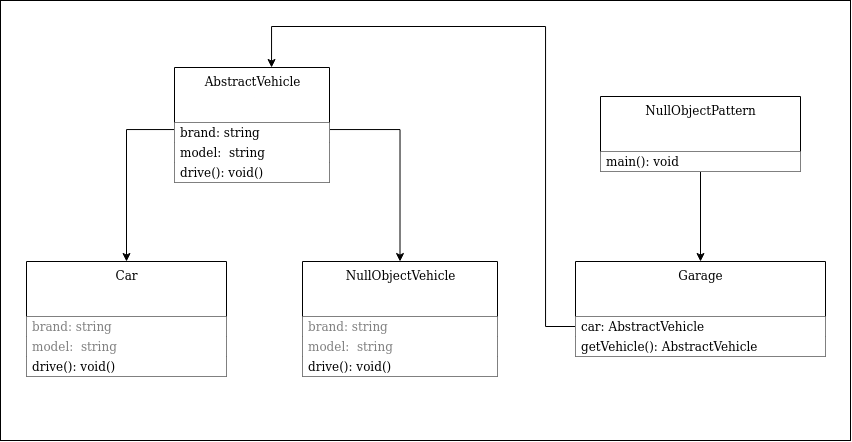
The draw.io diagram images/clean-code-error-handling/NullObjectPattern-1.1.png in GabrielSlima/blog, before a commit. Source tidied: cells renumbered, new cells last; positions are measured from the earlier drawing's top-left corner, leaving out a move shared by most shapes. The source it was exported from:
```xml
<mxGraphModel>
  <root>
    <mxCell id="0" />
    <mxCell id="1" parent="0" />
    <mxCell id="2" style="rounded=0;whiteSpace=wrap;html=1;fillColor=none;" parent="1" vertex="1">
      <mxGeometry width="850" height="440" as="geometry" />
    </mxCell>
    <mxCell id="3" style="edgeStyle=orthogonalEdgeStyle;rounded=0;jettySize=auto;html=1;fontColor=#808080;exitX=0;exitY=0.5;exitDx=0;exitDy=0;" parent="1" edge="1" source="5" target="20">
      <mxGeometry relative="1" as="geometry">
        <Array as="points">
          <mxPoint x="545" y="326" />
          <mxPoint x="545" y="26" />
          <mxPoint x="271" y="26" />
        </Array>
      </mxGeometry>
    </mxCell>
    <mxCell id="4" value="Garage" style="swimlane;fontStyle=0;align=center;verticalAlign=top;horizontal=1;startSize=55;html=1;" parent="1" vertex="1">
      <mxGeometry x="575" y="261" width="250" height="95" as="geometry" />
    </mxCell>
    <mxCell id="5" value="&lt;div&gt;car: AbstractVehicle&lt;br&gt;&lt;/div&gt;" style="text;html=1;strokeColor=none;align=left;verticalAlign=middle;spacingLeft=4;spacingRight=4;overflow=hidden;points=[[0,0.5],[1,0.5]];portConstraint=eastwest;fillColor=#ffffff;" parent="4" vertex="1">
      <mxGeometry y="55" width="250" height="20" as="geometry" />
    </mxCell>
    <mxCell id="6" value="&lt;div&gt;getVehicle(): AbstractVehicle&lt;/div&gt;" style="text;html=1;strokeColor=none;align=left;verticalAlign=middle;spacingLeft=4;spacingRight=4;overflow=hidden;fillColor=#ffffff;" parent="4" vertex="1">
      <mxGeometry y="75" width="250" height="20" as="geometry" />
    </mxCell>
    <mxCell id="7" value="NullObjectVehicle" style="swimlane;fontStyle=0;align=center;verticalAlign=top;horizontal=1;startSize=55;html=1;" parent="1" vertex="1">
      <mxGeometry x="302" y="261" width="195" height="115" as="geometry" />
    </mxCell>
    <mxCell id="8" value="brand: string" style="text;html=1;strokeColor=none;align=left;verticalAlign=middle;spacingLeft=4;spacingRight=4;overflow=hidden;fontColor=#808080;fillColor=#ffffff;" parent="7" vertex="1">
      <mxGeometry y="55" width="195" height="20" as="geometry" />
    </mxCell>
    <mxCell id="9" value="&lt;div&gt;model:&amp;nbsp; string&lt;/div&gt;" style="text;html=1;strokeColor=none;align=left;verticalAlign=middle;spacingLeft=4;spacingRight=4;overflow=hidden;fontColor=#808080;fillColor=#ffffff;" parent="7" vertex="1">
      <mxGeometry y="75" width="195" height="20" as="geometry" />
    </mxCell>
    <mxCell id="10" value="&lt;div&gt;drive(): void()&lt;/div&gt;" style="text;html=1;strokeColor=none;align=left;verticalAlign=middle;spacingLeft=4;spacingRight=4;overflow=hidden;fillColor=#ffffff;" parent="7" vertex="1">
      <mxGeometry y="95" width="195" height="20" as="geometry" />
    </mxCell>
    <mxCell id="11" value="Car" style="swimlane;fontStyle=0;align=center;verticalAlign=top;horizontal=1;startSize=55;html=1;" parent="1" vertex="1">
      <mxGeometry x="26" y="261" width="200" height="115" as="geometry" />
    </mxCell>
    <mxCell id="12" value="brand: string" style="text;html=1;strokeColor=none;align=left;verticalAlign=middle;spacingLeft=4;spacingRight=4;overflow=hidden;fontColor=#808080;fillColor=#ffffff;" parent="11" vertex="1">
      <mxGeometry y="55" width="200" height="20" as="geometry" />
    </mxCell>
    <mxCell id="13" value="&lt;div&gt;model:&amp;nbsp; string&lt;/div&gt;" style="text;html=1;strokeColor=none;align=left;verticalAlign=middle;spacingLeft=4;spacingRight=4;overflow=hidden;fontColor=#808080;fillColor=#ffffff;" parent="11" vertex="1">
      <mxGeometry y="75" width="200" height="20" as="geometry" />
    </mxCell>
    <mxCell id="14" value="&lt;div&gt;drive(): void()&lt;/div&gt;" style="text;html=1;align=left;verticalAlign=middle;spacingLeft=4;spacingRight=4;overflow=hidden;fillColor=#ffffff;shadow=0;sketch=0;" parent="11" vertex="1">
      <mxGeometry y="95" width="200" height="20" as="geometry" />
    </mxCell>
    <mxCell id="15" style="edgeStyle=orthogonalEdgeStyle;rounded=0;jettySize=auto;html=1;fontColor=#808080;" parent="1" edge="1" source="16" target="4">
      <mxGeometry relative="1" as="geometry" />
    </mxCell>
    <mxCell id="16" value="NullObjectPattern" style="swimlane;fontStyle=0;align=center;verticalAlign=top;horizontal=1;startSize=55;html=1;" parent="1" vertex="1">
      <mxGeometry x="600" y="96" width="200" height="75" as="geometry" />
    </mxCell>
    <mxCell id="17" value="&lt;div&gt;main(): void&lt;/div&gt;" style="text;html=1;strokeColor=none;align=left;verticalAlign=middle;spacingLeft=4;spacingRight=4;overflow=hidden;fillColor=#ffffff;" parent="16" vertex="1">
      <mxGeometry y="55" width="200" height="20" as="geometry" />
    </mxCell>
    <mxCell id="18" style="edgeStyle=orthogonalEdgeStyle;rounded=0;jettySize=auto;html=1;" parent="1" edge="1" source="20" target="11">
      <mxGeometry relative="1" as="geometry">
        <Array as="points">
          <mxPoint x="126" y="129" />
        </Array>
      </mxGeometry>
    </mxCell>
    <mxCell id="19" style="edgeStyle=orthogonalEdgeStyle;rounded=0;jettySize=auto;html=1;entryX=0.5;entryY=0;entryDx=0;entryDy=0;fontColor=#808080;" parent="1" edge="1" source="20" target="7">
      <mxGeometry relative="1" as="geometry">
        <Array as="points">
          <mxPoint x="400" y="129" />
        </Array>
      </mxGeometry>
    </mxCell>
    <mxCell id="20" value="AbstractVehicle" style="swimlane;fontStyle=0;align=center;verticalAlign=top;horizontal=1;startSize=55;html=1;swimlaneLine=1;" parent="1" vertex="1">
      <mxGeometry x="174" y="67" width="155" height="115" as="geometry" />
    </mxCell>
    <mxCell id="21" value="brand: string" style="text;html=1;align=left;verticalAlign=middle;spacingLeft=4;spacingRight=4;overflow=hidden;fillColor=#ffffff;" parent="20" vertex="1">
      <mxGeometry y="55" width="155" height="20" as="geometry" />
    </mxCell>
    <mxCell id="22" value="&lt;div&gt;model:&amp;nbsp; string&lt;/div&gt;" style="text;html=1;strokeColor=none;align=left;verticalAlign=middle;spacingLeft=4;spacingRight=4;overflow=hidden;fillColor=#ffffff;" parent="20" vertex="1">
      <mxGeometry y="75" width="155" height="20" as="geometry" />
    </mxCell>
    <mxCell id="23" value="&lt;div&gt;drive(): void()&lt;/div&gt;" style="text;html=1;strokeColor=none;align=left;verticalAlign=middle;spacingLeft=4;spacingRight=4;overflow=hidden;fillColor=#ffffff;" parent="20" vertex="1">
      <mxGeometry y="95" width="155" height="20" as="geometry" />
    </mxCell>
  </root>
</mxGraphModel>
```
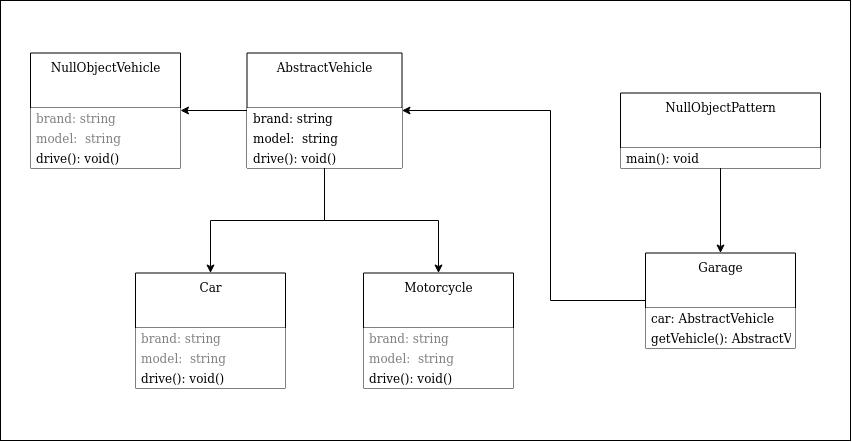
Above is the later version.

Diff of the diagram source:
```diff
@@ -5,73 +5,67 @@
     <mxCell id="2" style="rounded=0;whiteSpace=wrap;html=1;fillColor=none;" parent="1" vertex="1">
       <mxGeometry width="850" height="440" as="geometry" />
     </mxCell>
-    <mxCell id="3" style="edgeStyle=orthogonalEdgeStyle;rounded=0;jettySize=auto;html=1;fontColor=#808080;exitX=0;exitY=0.5;exitDx=0;exitDy=0;" parent="1" edge="1" source="5" target="20">
-      <mxGeometry relative="1" as="geometry">
-        <Array as="points">
-          <mxPoint x="545" y="326" />
-          <mxPoint x="545" y="26" />
-          <mxPoint x="271" y="26" />
-        </Array>
-      </mxGeometry>
-    </mxCell>
+    <mxCell id="24" style="edgeStyle=orthogonalEdgeStyle;rounded=0;jettySize=auto;html=1;entryX=1;entryY=0.5;entryDx=0;entryDy=0;" parent="1" edge="1" source="4" target="20">
+      <mxGeometry relative="1" as="geometry">
+        <Array as="points">
+          <mxPoint x="550" y="300" />
+          <mxPoint x="550" y="110" />
+        </Array>
+      </mxGeometry>
+    </mxCell>
     <mxCell id="4" value="Garage" style="swimlane;fontStyle=0;align=center;verticalAlign=top;horizontal=1;startSize=55;html=1;" parent="1" vertex="1">
-      <mxGeometry x="575" y="261" width="250" height="95" as="geometry" />
+      <mxGeometry x="645" y="252.5" width="150" height="95" as="geometry" />
     </mxCell>
     <mxCell id="5" value="&lt;div&gt;car: AbstractVehicle&lt;br&gt;&lt;/div&gt;" style="text;html=1;strokeColor=none;align=left;verticalAlign=middle;spacingLeft=4;spacingRight=4;overflow=hidden;points=[[0,0.5],[1,0.5]];portConstraint=eastwest;fillColor=#ffffff;" parent="4" vertex="1">
-      <mxGeometry y="55" width="250" height="20" as="geometry" />
+      <mxGeometry y="55" width="150" height="20" as="geometry" />
     </mxCell>
     <mxCell id="6" value="&lt;div&gt;getVehicle(): AbstractVehicle&lt;/div&gt;" style="text;html=1;strokeColor=none;align=left;verticalAlign=middle;spacingLeft=4;spacingRight=4;overflow=hidden;fillColor=#ffffff;" parent="4" vertex="1">
-      <mxGeometry y="75" width="250" height="20" as="geometry" />
+      <mxGeometry y="75" width="150" height="20" as="geometry" />
     </mxCell>
     <mxCell id="7" value="NullObjectVehicle" style="swimlane;fontStyle=0;align=center;verticalAlign=top;horizontal=1;startSize=55;html=1;" parent="1" vertex="1">
-      <mxGeometry x="302" y="261" width="195" height="115" as="geometry" />
+      <mxGeometry x="30" y="52.5" width="150" height="115" as="geometry" />
     </mxCell>
     <mxCell id="8" value="brand: string" style="text;html=1;strokeColor=none;align=left;verticalAlign=middle;spacingLeft=4;spacingRight=4;overflow=hidden;fontColor=#808080;fillColor=#ffffff;" parent="7" vertex="1">
-      <mxGeometry y="55" width="195" height="20" as="geometry" />
+      <mxGeometry y="55" width="150" height="20" as="geometry" />
     </mxCell>
     <mxCell id="9" value="&lt;div&gt;model:&amp;nbsp; string&lt;/div&gt;" style="text;html=1;strokeColor=none;align=left;verticalAlign=middle;spacingLeft=4;spacingRight=4;overflow=hidden;fontColor=#808080;fillColor=#ffffff;" parent="7" vertex="1">
-      <mxGeometry y="75" width="195" height="20" as="geometry" />
+      <mxGeometry y="75" width="150" height="20" as="geometry" />
     </mxCell>
     <mxCell id="10" value="&lt;div&gt;drive(): void()&lt;/div&gt;" style="text;html=1;strokeColor=none;align=left;verticalAlign=middle;spacingLeft=4;spacingRight=4;overflow=hidden;fillColor=#ffffff;" parent="7" vertex="1">
-      <mxGeometry y="95" width="195" height="20" as="geometry" />
+      <mxGeometry y="95" width="150" height="20" as="geometry" />
     </mxCell>
     <mxCell id="11" value="Car" style="swimlane;fontStyle=0;align=center;verticalAlign=top;horizontal=1;startSize=55;html=1;" parent="1" vertex="1">
-      <mxGeometry x="26" y="261" width="200" height="115" as="geometry" />
+      <mxGeometry x="135" y="272.5" width="150" height="115" as="geometry" />
     </mxCell>
     <mxCell id="12" value="brand: string" style="text;html=1;strokeColor=none;align=left;verticalAlign=middle;spacingLeft=4;spacingRight=4;overflow=hidden;fontColor=#808080;fillColor=#ffffff;" parent="11" vertex="1">
-      <mxGeometry y="55" width="200" height="20" as="geometry" />
+      <mxGeometry y="55" width="150" height="20" as="geometry" />
     </mxCell>
     <mxCell id="13" value="&lt;div&gt;model:&amp;nbsp; string&lt;/div&gt;" style="text;html=1;strokeColor=none;align=left;verticalAlign=middle;spacingLeft=4;spacingRight=4;overflow=hidden;fontColor=#808080;fillColor=#ffffff;" parent="11" vertex="1">
-      <mxGeometry y="75" width="200" height="20" as="geometry" />
+      <mxGeometry y="75" width="150" height="20" as="geometry" />
     </mxCell>
     <mxCell id="14" value="&lt;div&gt;drive(): void()&lt;/div&gt;" style="text;html=1;align=left;verticalAlign=middle;spacingLeft=4;spacingRight=4;overflow=hidden;fillColor=#ffffff;shadow=0;sketch=0;" parent="11" vertex="1">
-      <mxGeometry y="95" width="200" height="20" as="geometry" />
+      <mxGeometry y="95" width="150" height="20" as="geometry" />
     </mxCell>
     <mxCell id="15" style="edgeStyle=orthogonalEdgeStyle;rounded=0;jettySize=auto;html=1;fontColor=#808080;" parent="1" edge="1" source="16" target="4">
       <mxGeometry relative="1" as="geometry" />
     </mxCell>
     <mxCell id="16" value="NullObjectPattern" style="swimlane;fontStyle=0;align=center;verticalAlign=top;horizontal=1;startSize=55;html=1;" parent="1" vertex="1">
-      <mxGeometry x="600" y="96" width="200" height="75" as="geometry" />
+      <mxGeometry x="620" y="92.5" width="200" height="75" as="geometry" />
     </mxCell>
     <mxCell id="17" value="&lt;div&gt;main(): void&lt;/div&gt;" style="text;html=1;strokeColor=none;align=left;verticalAlign=middle;spacingLeft=4;spacingRight=4;overflow=hidden;fillColor=#ffffff;" parent="16" vertex="1">
       <mxGeometry y="55" width="200" height="20" as="geometry" />
     </mxCell>
+    <mxCell id="25" style="edgeStyle=orthogonalEdgeStyle;rounded=0;jettySize=auto;html=1;entryX=0.5;entryY=0;entryDx=0;entryDy=0;" parent="1" edge="1" source="20" target="26">
+      <mxGeometry relative="1" as="geometry" />
+    </mxCell>
     <mxCell id="18" style="edgeStyle=orthogonalEdgeStyle;rounded=0;jettySize=auto;html=1;" parent="1" edge="1" source="20" target="11">
-      <mxGeometry relative="1" as="geometry">
-        <Array as="points">
-          <mxPoint x="126" y="129" />
-        </Array>
-      </mxGeometry>
+      <mxGeometry relative="1" as="geometry" />
     </mxCell>
-    <mxCell id="19" style="edgeStyle=orthogonalEdgeStyle;rounded=0;jettySize=auto;html=1;entryX=0.5;entryY=0;entryDx=0;entryDy=0;fontColor=#808080;" parent="1" edge="1" source="20" target="7">
-      <mxGeometry relative="1" as="geometry">
-        <Array as="points">
-          <mxPoint x="400" y="129" />
-        </Array>
-      </mxGeometry>
+    <mxCell id="19" style="edgeStyle=orthogonalEdgeStyle;rounded=0;jettySize=auto;html=1;entryX=1;entryY=0.5;entryDx=0;entryDy=0;" parent="1" edge="1" source="20" target="7">
+      <mxGeometry relative="1" as="geometry" />
     </mxCell>
     <mxCell id="20" value="AbstractVehicle" style="swimlane;fontStyle=0;align=center;verticalAlign=top;horizontal=1;startSize=55;html=1;swimlaneLine=1;" parent="1" vertex="1">
-      <mxGeometry x="174" y="67" width="155" height="115" as="geometry" />
+      <mxGeometry x="246.5" y="52.5" width="155" height="115" as="geometry" />
     </mxCell>
     <mxCell id="21" value="brand: string" style="text;html=1;align=left;verticalAlign=middle;spacingLeft=4;spacingRight=4;overflow=hidden;fillColor=#ffffff;" parent="20" vertex="1">
       <mxGeometry y="55" width="155" height="20" as="geometry" />
@@ -82,5 +76,17 @@
     <mxCell id="23" value="&lt;div&gt;drive(): void()&lt;/div&gt;" style="text;html=1;strokeColor=none;align=left;verticalAlign=middle;spacingLeft=4;spacingRight=4;overflow=hidden;fillColor=#ffffff;" parent="20" vertex="1">
       <mxGeometry y="95" width="155" height="20" as="geometry" />
     </mxCell>
+    <mxCell id="26" value="Motorcycle" style="swimlane;fontStyle=0;align=center;verticalAlign=top;horizontal=1;startSize=55;html=1;" parent="1" vertex="1">
+      <mxGeometry x="363" y="272.5" width="150" height="115" as="geometry" />
+    </mxCell>
+    <mxCell id="27" value="brand: string" style="text;html=1;strokeColor=none;align=left;verticalAlign=middle;spacingLeft=4;spacingRight=4;overflow=hidden;fontColor=#808080;fillColor=#ffffff;" parent="26" vertex="1">
+      <mxGeometry y="55" width="150" height="20" as="geometry" />
+    </mxCell>
+    <mxCell id="28" value="&lt;div&gt;model:&amp;nbsp; string&lt;/div&gt;" style="text;html=1;strokeColor=none;align=left;verticalAlign=middle;spacingLeft=4;spacingRight=4;overflow=hidden;fontColor=#808080;fillColor=#ffffff;" parent="26" vertex="1">
+      <mxGeometry y="75" width="150" height="20" as="geometry" />
+    </mxCell>
+    <mxCell id="29" value="&lt;div&gt;drive(): void()&lt;/div&gt;" style="text;html=1;align=left;verticalAlign=middle;spacingLeft=4;spacingRight=4;overflow=hidden;fillColor=#ffffff;shadow=0;sketch=0;" parent="26" vertex="1">
+      <mxGeometry y="95" width="150" height="20" as="geometry" />
+    </mxCell>
   </root>
 </mxGraphModel>
```
